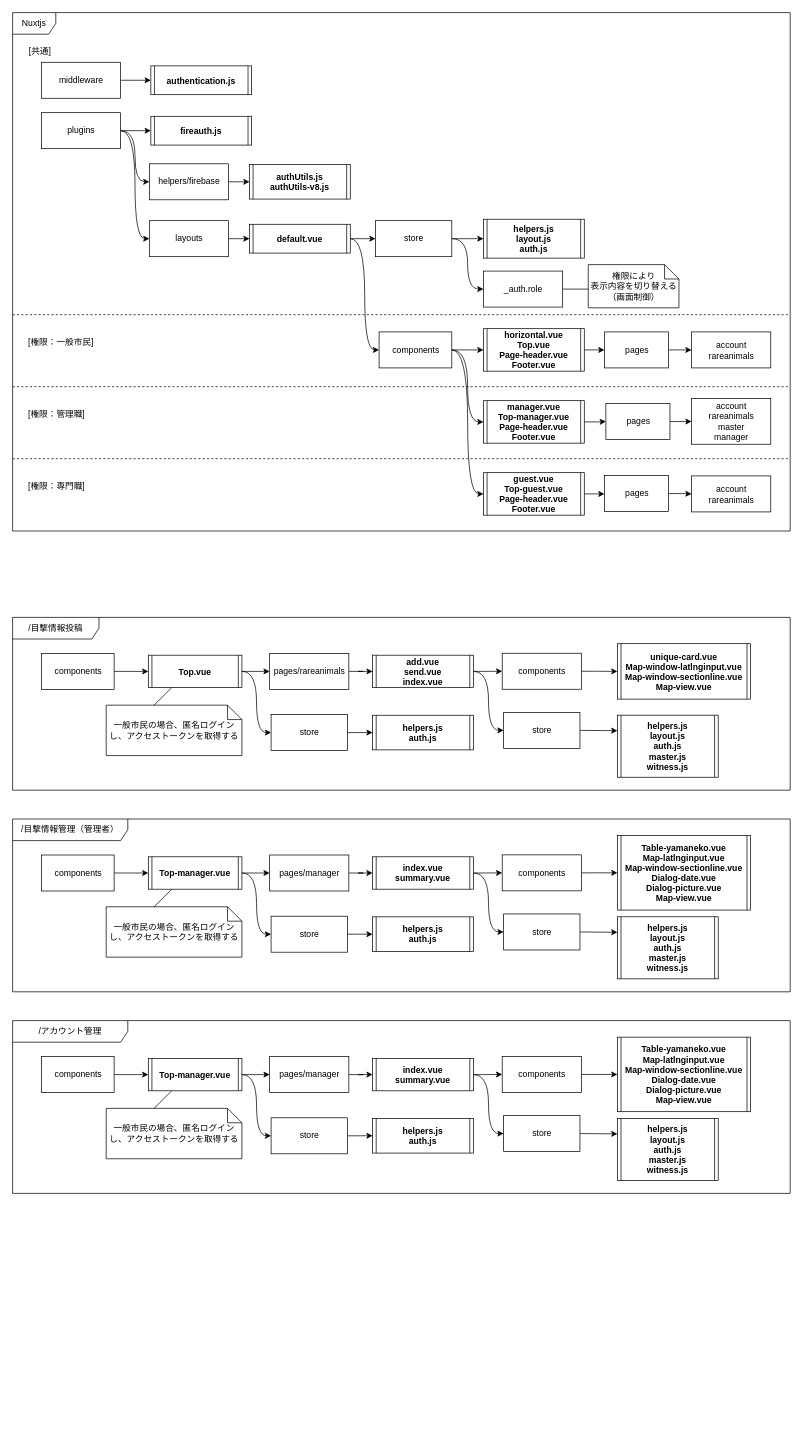
Earlier version of the draw.io diagram page "ディレクトリ構成" (3 of 6) of Iriomote.drawio (kaoru387/draw.io). Source tidied: cells renumbered, new cells numbered last; positions are measured from the earlier drawing's top-left corner, leaving out a move shared by most shapes. Both pictures are drawn from the tidied source at 72%, with x=0, y=0 at pixel (12, 12).
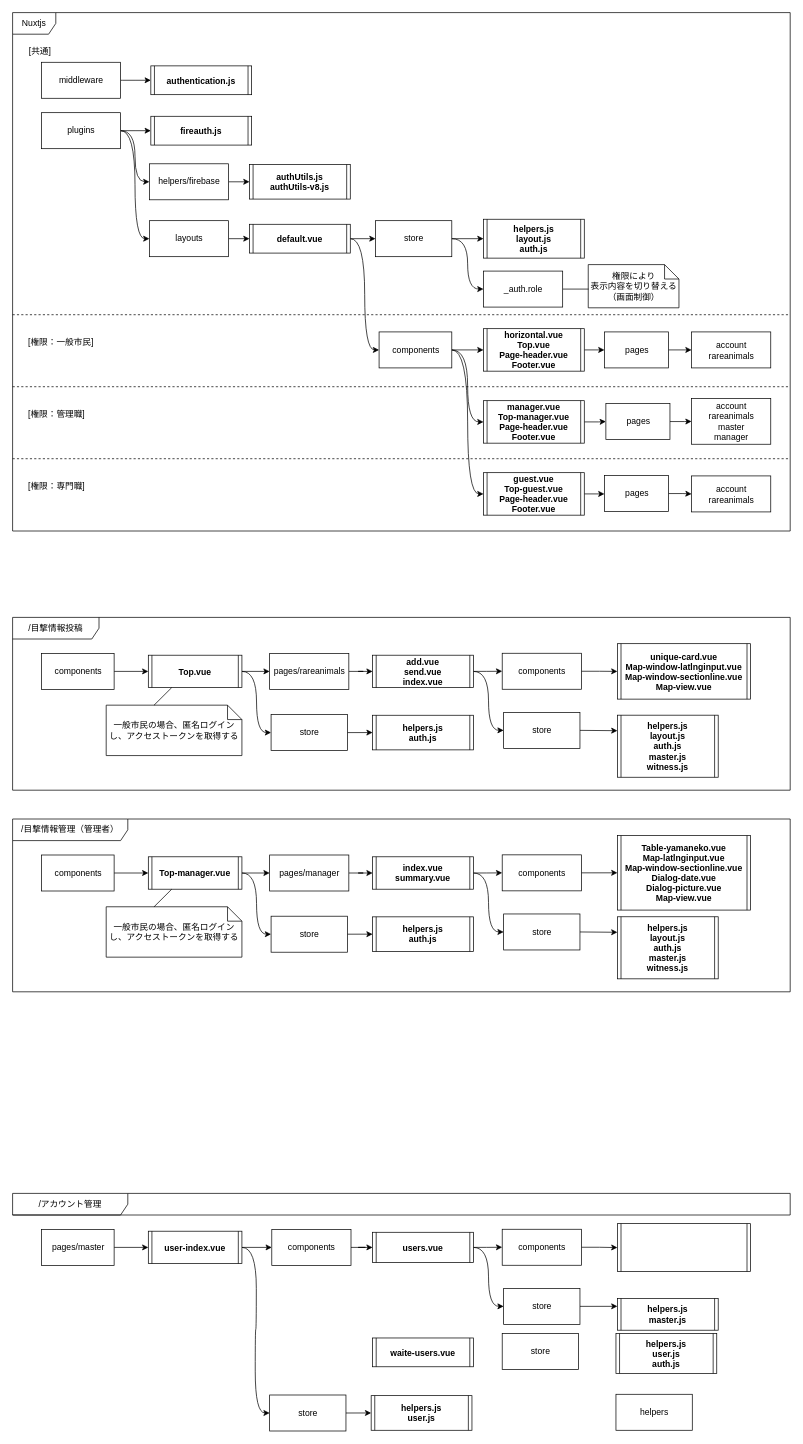
The same diagram, later.

Commit message:
Iriomote.drawio を更新します

What changed in the source:
```diff
@@
     <mxCell id="93" value="/アカウント管理" style="shape=umlFrame;whiteSpace=wrap;html=1;width=160;height=30;" parent="1" vertex="1">
-      <mxGeometry y="1400" width="1080" height="240" as="geometry" />
+      <mxGeometry y="1640" width="1080" height="30" as="geometry" />
     </mxCell>
@@
-    <mxCell id="96" value="pages/manager" style="html=1;" parent="1" vertex="1">
-      <mxGeometry x="357" y="1450" width="110" height="50" as="geometry" />
+    <mxCell id="96" value="components" style="html=1;" parent="1" vertex="1">
+      <mxGeometry x="360" y="1690" width="110" height="50" as="geometry" />
     </mxCell>
@@
-    <mxCell id="99" value="index.vue&#10;summary.vue" style="shape=process2;fixedSize=1;size=5;fontStyle=1;" parent="1" vertex="1">
-      <mxGeometry x="500" y="1452.5" width="140" height="45" as="geometry" />
+    <mxCell id="99" value="users.vue" style="shape=process2;fixedSize=1;size=5;fontStyle=1;" parent="1" vertex="1">
+      <mxGeometry x="500" y="1694" width="140" height="42" as="geometry" />
     </mxCell>
@@
     <mxCell id="101" value="components" style="html=1;" parent="1" vertex="1">
-      <mxGeometry x="680" y="1449.8" width="110" height="50" as="geometry" />
+      <mxGeometry x="680" y="1689.8" width="110" height="50" as="geometry" />
     </mxCell>
-    <mxCell id="102" value="Table-yamaneko.vue&#10;Map-latlnginput.vue&#10;Map-window-sectionline.vue&#10;Dialog-date.vue&#10;Dialog-picture.vue&#10;Map-view.vue" style="shape=process2;fixedSize=1;size=5;fontStyle=1;" parent="1" vertex="1">
-      <mxGeometry x="840" y="1423" width="185" height="103.5" as="geometry" />
+    <mxCell id="102" style="shape=process2;fixedSize=1;size=5;fontStyle=1;" parent="1" vertex="1">
+      <mxGeometry x="840" y="1682" width="185" height="66.5" as="geometry" />
     </mxCell>
@@
-    <mxCell id="104" value="components" style="html=1;" parent="1" vertex="1">
-      <mxGeometry x="40" y="1450" width="101" height="50" as="geometry" />
+    <mxCell id="104" value="pages/master" style="html=1;" parent="1" vertex="1">
+      <mxGeometry x="40" y="1690" width="101" height="50" as="geometry" />
     </mxCell>
@@
-    <mxCell id="106" value="Top-manager.vue" style="shape=process2;fixedSize=1;size=5;fontStyle=1;" parent="1" vertex="1">
-      <mxGeometry x="188.5" y="1452.5" width="130" height="45" as="geometry" />
+    <mxCell id="106" value="user-index.vue" style="shape=process2;fixedSize=1;size=5;fontStyle=1;" parent="1" vertex="1">
+      <mxGeometry x="188.5" y="1692.5" width="130" height="45" as="geometry" />
     </mxCell>
@@
     <mxCell id="108" value="store" style="html=1;" parent="1" vertex="1">
-      <mxGeometry x="682" y="1531.9" width="106" height="50" as="geometry" />
+      <mxGeometry x="682" y="1771.9" width="106" height="50" as="geometry" />
     </mxCell>
-    <mxCell id="109" value="helpers.js&#10;layout.js&#10;auth.js&#10;master.js&#10;witness.js" style="shape=process2;fixedSize=1;size=5;fontStyle=1;" parent="1" vertex="1">
-      <mxGeometry x="840" y="1535.8" width="140" height="86.2" as="geometry" />
+    <mxCell id="109" value="helpers.js&#10;master.js" style="shape=process2;fixedSize=1;size=5;fontStyle=1;" parent="1" vertex="1">
+      <mxGeometry x="840" y="1785.8" width="140" height="44.2" as="geometry" />
     </mxCell>
@@
     <mxCell id="111" value="store" style="html=1;" parent="1" vertex="1">
-      <mxGeometry x="359" y="1535" width="106" height="50" as="geometry" />
+      <mxGeometry x="357" y="1920" width="106" height="50" as="geometry" />
     </mxCell>
-    <mxCell id="112" value="helpers.js&#10;auth.js" style="shape=process2;fixedSize=1;size=5;fontStyle=1;" parent="1" vertex="1">
-      <mxGeometry x="500" y="1535.9" width="140" height="48.1" as="geometry" />
+    <mxCell id="112" value="helpers.js&#10;user.js" style="shape=process2;fixedSize=1;size=5;fontStyle=1;" parent="1" vertex="1">
+      <mxGeometry x="498" y="1920.9" width="140" height="48.1" as="geometry" />
     </mxCell>
-    <mxCell id="113" value="一般市民の場合、匿名ログインし、アクセストークンを取得する" style="shape=note;size=20;whiteSpace=wrap;html=1;" parent="1" vertex="1">
-      <mxGeometry x="130" y="1521.9" width="188.5" height="70" as="geometry" />
-    </mxCell>
-    <mxCell id="114" style="endArrow=none;html=1;rounded=0;exitX=0.25;exitY=1;exitDx=0;exitDy=0;entryX=0.352;entryY=0.002;entryDx=0;entryDy=0;entryPerimeter=0;" parent="1" edge="1" source="106" target="113">
-      <mxGeometry relative="1" as="geometry" />
-    </mxCell>
+    <mxCell id="115" value="waite-users.vue" style="shape=process2;fixedSize=1;size=5;fontStyle=1;" parent="1" vertex="1">
+      <mxGeometry x="500" y="1840.8" width="140" height="40" as="geometry" />
+    </mxCell>
+    <mxCell id="116" value="store" style="html=1;" parent="1" vertex="1">
+      <mxGeometry x="680" y="1834.6" width="106" height="50" as="geometry" />
+    </mxCell>
+    <mxCell id="117" value="helpers.js&#10;user.js&#10;auth.js" style="shape=process2;fixedSize=1;size=5;fontStyle=1;" parent="1" vertex="1">
+      <mxGeometry x="838" y="1834.6" width="140" height="55.4" as="geometry" />
+    </mxCell>
+    <mxCell id="118" value="helpers" style="html=1;" parent="1" vertex="1">
+      <mxGeometry x="838" y="1919" width="106" height="50" as="geometry" />
+    </mxCell>
```
